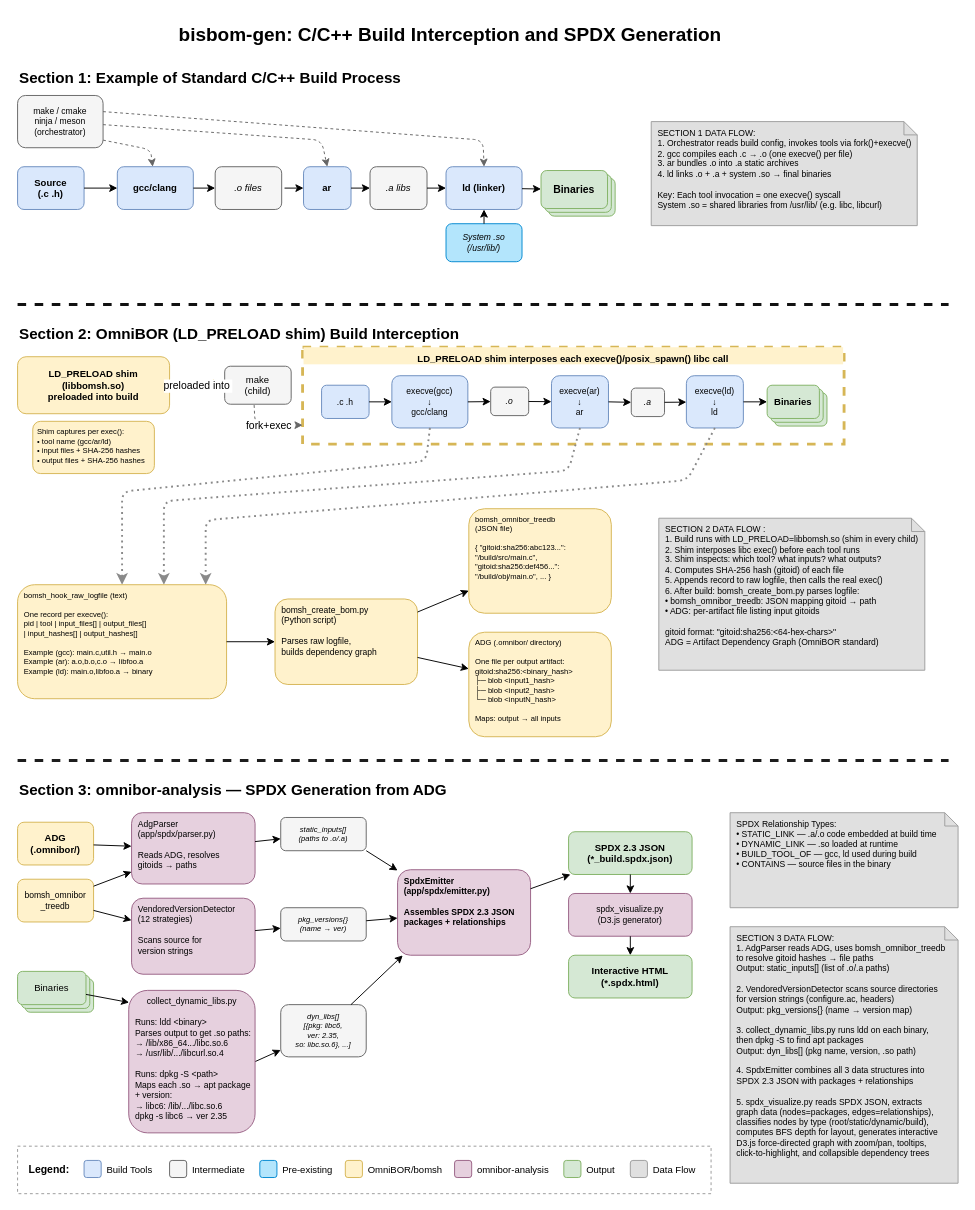
Before: docs/sidecar/c-cpp/c-cpp-build-interception.drawio in tedg-dev/bisbom-gen, a draw.io diagram. Source tidied: cells renumbered, new cells numbered last; positions are measured from the earlier drawing's top-left corner, leaving out a move shared by most shapes. Both pictures are drawn from the tidied source at 95%, with x=0, y=0 at pixel (17, 16).
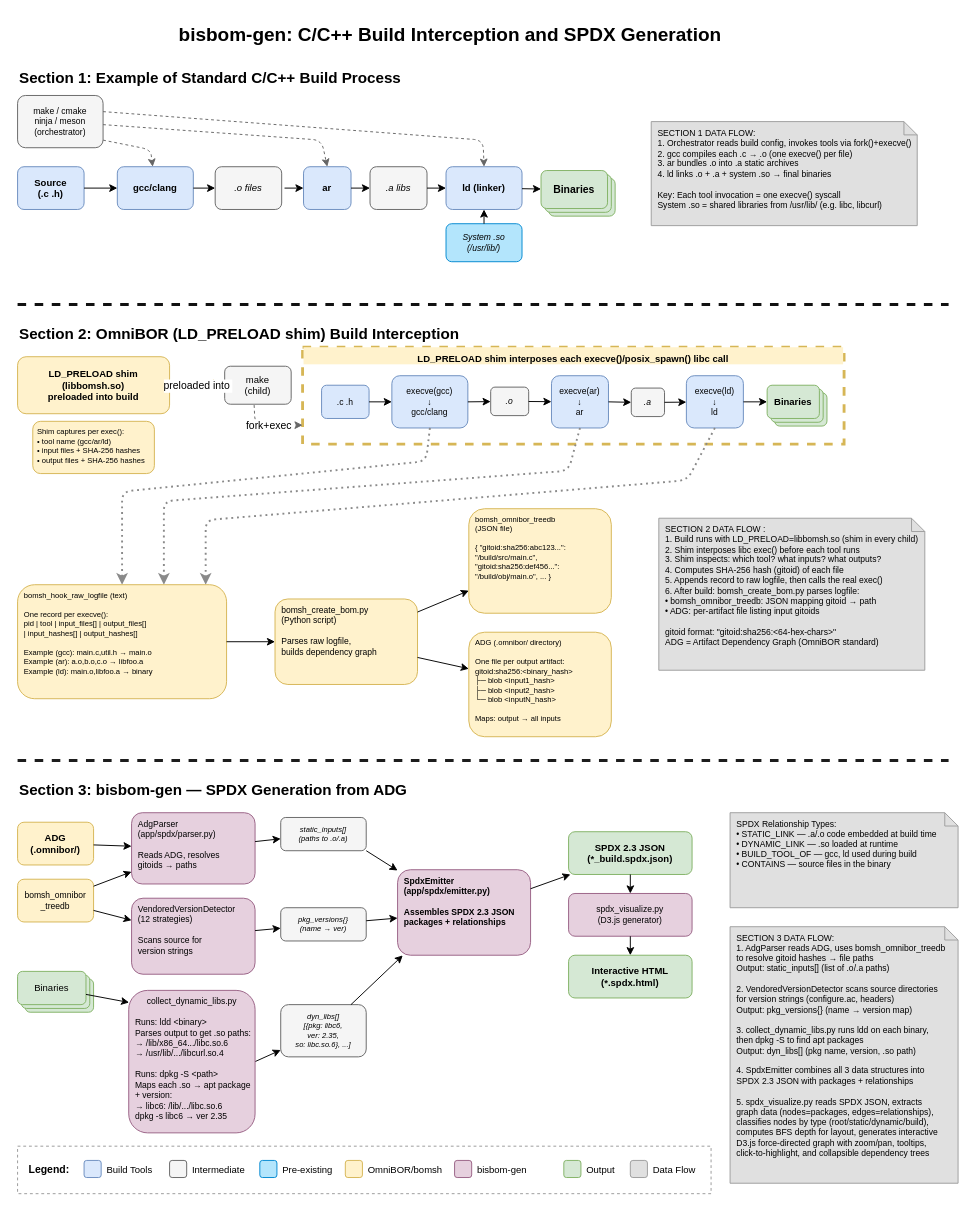
The same diagram, later.

The edit, as a diff of the source:
```diff
@@
-    <mxCell id="14" value="omnibor-analysis" style="text;fontSize=10;align=left;" parent="1" vertex="1">
+    <mxCell id="14" value="bisbom-gen" style="text;fontSize=10;align=left;" parent="1" vertex="1">
       <mxGeometry x="482" y="1202" width="90" height="20" as="geometry" />
     </mxCell>
@@
-    <mxCell id="78" value="Section 3: omnibor-analysis — SPDX Generation from ADG" style="text;html=1;fontSize=16;fontStyle=1;" parent="1" vertex="1">
+    <mxCell id="78" value="Section 3: bisbom-gen — SPDX Generation from ADG" style="text;html=1;fontSize=16;fontStyle=1;" parent="1" vertex="1">
       <mxGeometry y="798" width="500" height="25" as="geometry" />
     </mxCell>
```
